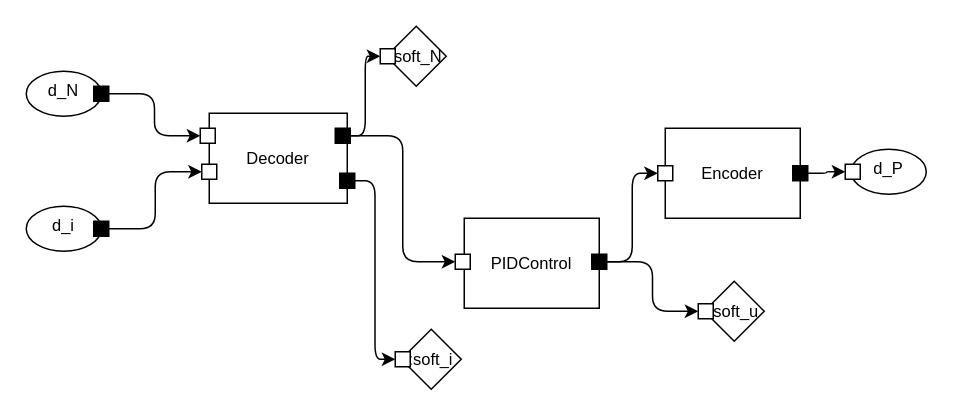
JuliaMBD/JuliaMBD.jl keeps this draw.io diagram as page "Controller2" (15 of 15) of examples/mbd2.drawio. Above is the earlier version. Source tidied: cells renumbered, new cells numbered last; positions are measured from the earlier drawing's top-left corner, leaving out a move shared by most shapes. Both pictures are drawn from the tidied source at 150%, with x=0, y=0 at pixel (26, 26).
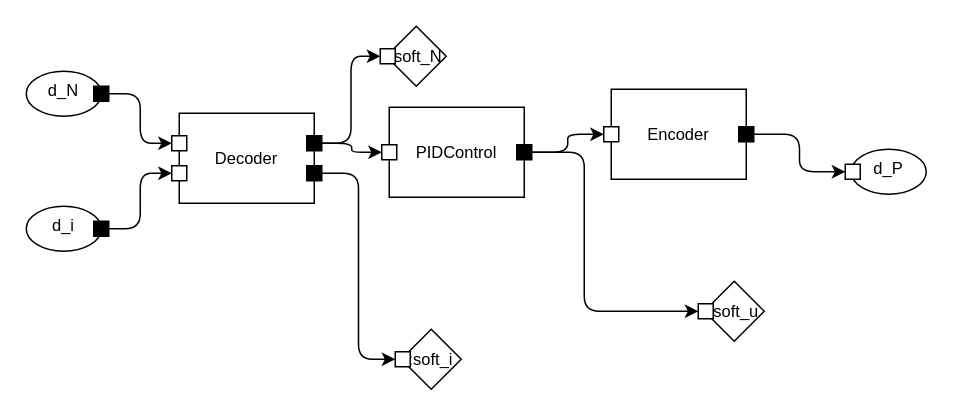
The same page after the edit.

The change refers to these unchanged cells:
```xml
<mxCell id="3" value="&lt;p style=&quot;line-height: 100%;&quot;&gt;&lt;br&gt;&lt;/p&gt;" style="whiteSpace=wrap;html=1;snapToPoint=1;points=[[1,0.5,0,0,0]];noLabel=0;overflow=visible;fillColor=#000000;" parent="2" vertex="1">
  <mxGeometry x="45" y="10" width="10" height="10" as="geometry" />
</mxCell>
<mxCell id="5" value="&lt;p style=&quot;line-height: 100%;&quot;&gt;&lt;br&gt;&lt;/p&gt;" style="whiteSpace=wrap;html=1;snapToPoint=1;points=[[1,0.5,0,0,0]];noLabel=0;overflow=visible;fillColor=#000000;" parent="4" vertex="1">
  <mxGeometry x="45" y="10" width="10" height="10" as="geometry" />
</mxCell>
<mxCell id="18" value="&lt;p style=&quot;line-height: 100%;&quot;&gt;&lt;br&gt;&lt;/p&gt;" style="whiteSpace=wrap;html=1;snapToPoint=1;points=[[0,0.5,0,0,0]];noLabel=0;overflow=visible;direction=east;" parent="17" vertex="1">
  <mxGeometry x="-4" y="10" width="10" height="10" as="geometry" />
</mxCell>
<mxCell id="25" value="&lt;p style=&quot;line-height: 100%;&quot;&gt;&lt;br&gt;&lt;/p&gt;" style="whiteSpace=wrap;html=1;snapToPoint=1;points=[[0,0.5,0,0,0]];noLabel=0;overflow=visible;direction=east;" parent="24" vertex="1">
  <mxGeometry x="-4" y="15" width="10" height="10" as="geometry" />
</mxCell>
<mxCell id="28" value="&lt;p style=&quot;line-height: 100%;&quot;&gt;&lt;br&gt;&lt;/p&gt;" style="whiteSpace=wrap;html=1;snapToPoint=1;points=[[0,0.5,0,0,0]];noLabel=0;overflow=visible;direction=east;" parent="27" vertex="1">
  <mxGeometry x="-4" y="15" width="10" height="10" as="geometry" />
</mxCell>
<mxCell id="30" value="&lt;p style=&quot;line-height: 100%;&quot;&gt;&lt;br&gt;&lt;/p&gt;" style="whiteSpace=wrap;html=1;snapToPoint=1;points=[[0,0.5,0,0,0]];noLabel=0;overflow=visible;direction=east;" parent="29" vertex="1">
  <mxGeometry x="-4" y="15" width="10" height="10" as="geometry" />
</mxCell>
```

What changed in the source:
```diff
@@
-    <object id="6" label="%block%" block="Decoder" placeholders="1">
-      <mxCell style="rounded=0;whiteSpace=wrap;html=1;fontSize=11;" parent="1" vertex="1">
-        <mxGeometry x="122" y="58" width="92" height="60" as="geometry" />
-      </mxCell>
-    </object>
-    <mxCell id="7" value="&lt;p style=&quot;line-height: 100%;&quot;&gt;&lt;br&gt;&lt;/p&gt;" style="whiteSpace=wrap;html=1;snapToPoint=1;points=[[0,0.5,0,0,0]];noLabel=0;overflow=visible;direction=east;" parent="6" vertex="1">
-      <mxGeometry x="-6" y="10" width="10" height="10" as="geometry" />
-    </mxCell>
-    <mxCell id="8" value="&lt;p style=&quot;line-height: 100%;&quot;&gt;&lt;br&gt;&lt;/p&gt;" style="whiteSpace=wrap;html=1;snapToPoint=1;points=[[0,0.5,0,0,0]];noLabel=0;overflow=visible;direction=east;" parent="6" vertex="1">
-      <mxGeometry x="-5" y="34" width="10" height="10" as="geometry" />
-    </mxCell>
-    <mxCell id="9" value="&lt;p style=&quot;line-height: 100%;&quot;&gt;&lt;br&gt;&lt;/p&gt;" style="whiteSpace=wrap;html=1;snapToPoint=1;points=[[1,0.5,0,0,0]];noLabel=0;overflow=visible;fillColor=#000000;" parent="6" vertex="1">
-      <mxGeometry x="84" y="10" width="10" height="10" as="geometry" />
-    </mxCell>
-    <mxCell id="10" value="&lt;p style=&quot;line-height: 100%;&quot;&gt;&lt;br&gt;&lt;/p&gt;" style="whiteSpace=wrap;html=1;snapToPoint=1;points=[[1,0.5,0,0,0]];noLabel=0;overflow=visible;fillColor=#000000;" parent="6" vertex="1">
-      <mxGeometry x="87" y="40" width="10" height="10" as="geometry" />
-    </mxCell>
-    <object id="11" label="%block%" block="PIDControl" placeholders="1">
-      <mxCell style="rounded=0;whiteSpace=wrap;html=1;fontSize=11;" parent="1" vertex="1">
-        <mxGeometry x="292" y="128" width="90" height="60" as="geometry" />
-      </mxCell>
-    </object>
-    <mxCell id="12" value="&lt;p style=&quot;line-height: 100%;&quot;&gt;&lt;br&gt;&lt;/p&gt;" style="whiteSpace=wrap;html=1;snapToPoint=1;points=[[0,0.5,0,0,0]];noLabel=0;overflow=visible;direction=east;" parent="11" vertex="1">
-      <mxGeometry x="-6" y="24" width="10" height="10" as="geometry" />
-    </mxCell>
-    <mxCell id="13" value="&lt;p style=&quot;line-height: 100%;&quot;&gt;&lt;br&gt;&lt;/p&gt;" style="whiteSpace=wrap;html=1;snapToPoint=1;points=[[1,0.5,0,0,0]];noLabel=0;overflow=visible;fillColor=#000000;" parent="11" vertex="1">
-      <mxGeometry x="85" y="24" width="10" height="10" as="geometry" />
-    </mxCell>
-    <object id="14" label="%block%" block="Encoder" placeholders="1">
-      <mxCell style="rounded=0;whiteSpace=wrap;html=1;fontSize=11;" parent="1" vertex="1">
-        <mxGeometry x="426" y="68" width="90" height="60" as="geometry" />
-      </mxCell>
-    </object>
-    <mxCell id="15" value="&lt;p style=&quot;line-height: 100%;&quot;&gt;&lt;br&gt;&lt;/p&gt;" style="whiteSpace=wrap;html=1;snapToPoint=1;points=[[0,0.5,0,0,0]];noLabel=0;overflow=visible;direction=east;" parent="14" vertex="1">
-      <mxGeometry x="-5" y="25" width="10" height="10" as="geometry" />
-    </mxCell>
-    <mxCell id="16" value="&lt;p style=&quot;line-height: 100%;&quot;&gt;&lt;br&gt;&lt;/p&gt;" style="whiteSpace=wrap;html=1;snapToPoint=1;points=[[1,0.5,0,0,0]];noLabel=0;overflow=visible;fillColor=#000000;" parent="14" vertex="1">
-      <mxGeometry x="85" y="25" width="10" height="10" as="geometry" />
-    </mxCell>
@@
-    <mxCell id="19" style="edgeStyle=orthogonalEdgeStyle;html=1;exitX=1;exitY=0.5;exitDx=0;exitDy=0;exitPerimeter=0;entryX=0;entryY=0.5;entryDx=0;entryDy=0;entryPerimeter=0;" parent="1" edge="1" source="16" target="18">
-      <mxGeometry relative="1" as="geometry" />
-    </mxCell>
-    <mxCell id="20" style="edgeStyle=orthogonalEdgeStyle;html=1;exitX=1;exitY=0.5;exitDx=0;exitDy=0;exitPerimeter=0;entryX=0;entryY=0.5;entryDx=0;entryDy=0;entryPerimeter=0;" parent="1" edge="1" source="13" target="15">
-      <mxGeometry relative="1" as="geometry" />
-    </mxCell>
-    <mxCell id="21" style="edgeStyle=orthogonalEdgeStyle;html=1;exitX=1;exitY=0.5;exitDx=0;exitDy=0;exitPerimeter=0;entryX=0;entryY=0.5;entryDx=0;entryDy=0;entryPerimeter=0;" parent="1" edge="1" source="9" target="12">
-      <mxGeometry relative="1" as="geometry" />
-    </mxCell>
-    <mxCell id="22" style="edgeStyle=orthogonalEdgeStyle;html=1;exitX=1;exitY=0.5;exitDx=0;exitDy=0;exitPerimeter=0;entryX=0;entryY=0.5;entryDx=0;entryDy=0;entryPerimeter=0;" parent="1" edge="1" source="5" target="8">
-      <mxGeometry relative="1" as="geometry" />
-    </mxCell>
-    <mxCell id="23" style="edgeStyle=orthogonalEdgeStyle;html=1;exitX=1;exitY=0.5;exitDx=0;exitDy=0;exitPerimeter=0;entryX=0;entryY=0.5;entryDx=0;entryDy=0;entryPerimeter=0;" parent="1" edge="1" source="3" target="7">
-      <mxGeometry relative="1" as="geometry" />
-    </mxCell>
@@
-    <mxCell id="26" style="edgeStyle=orthogonalEdgeStyle;html=1;exitX=1;exitY=0.5;exitDx=0;exitDy=0;exitPerimeter=0;entryX=0;entryY=0.5;entryDx=0;entryDy=0;entryPerimeter=0;" parent="1" edge="1" source="10" target="25">
-      <mxGeometry relative="1" as="geometry" />
-    </mxCell>
@@
-    <mxCell id="31" style="edgeStyle=orthogonalEdgeStyle;html=1;exitX=1;exitY=0.5;exitDx=0;exitDy=0;exitPerimeter=0;entryX=0;entryY=0.5;entryDx=0;entryDy=0;entryPerimeter=0;" parent="1" edge="1" source="9" target="28">
-      <mxGeometry relative="1" as="geometry" />
-    </mxCell>
-    <mxCell id="32" style="edgeStyle=orthogonalEdgeStyle;html=1;exitX=1;exitY=0.5;exitDx=0;exitDy=0;exitPerimeter=0;entryX=0;entryY=0.5;entryDx=0;entryDy=0;entryPerimeter=0;" parent="1" edge="1" source="13" target="30">
-      <mxGeometry relative="1" as="geometry" />
-    </mxCell>
+    <object id="6" label="%block%" block="Decoder" placeholders="1">
+      <mxCell style="rounded=0;whiteSpace=wrap;html=1;fontSize=11;" parent="1" vertex="1">
+        <mxGeometry x="102" y="58" width="90" height="60" as="geometry" />
+      </mxCell>
+    </object>
+    <mxCell id="33" style="whiteSpace=wrap;html=1;snapToPoint=1;points=[[0,0.5,0,0,0]];noLabel=0;overflow=visible;" parent="6" vertex="1">
+      <mxGeometry x="-5" y="15" width="10" height="10" as="geometry" />
+    </mxCell>
+    <mxCell id="34" style="whiteSpace=wrap;html=1;snapToPoint=1;points=[[0,0.5,0,0,0]];noLabel=0;overflow=visible;" parent="6" vertex="1">
+      <mxGeometry x="-5" y="35" width="10" height="10" as="geometry" />
+    </mxCell>
+    <mxCell id="35" style="whiteSpace=wrap;html=1;snapToPoint=1;points=[[1,0.5,0,0,0]];noLabel=0;overflow=visible;fillColor=#000000;" parent="6" vertex="1">
+      <mxGeometry x="85" y="15" width="10" height="10" as="geometry" />
+    </mxCell>
+    <mxCell id="36" style="whiteSpace=wrap;html=1;snapToPoint=1;points=[[1,0.5,0,0,0]];noLabel=0;overflow=visible;fillColor=#000000;" parent="6" vertex="1">
+      <mxGeometry x="85" y="35" width="10" height="10" as="geometry" />
+    </mxCell>
+    <object id="14" label="%block%" block="Encoder" placeholders="1">
+      <mxCell style="rounded=0;whiteSpace=wrap;html=1;fontSize=11;" parent="1" vertex="1">
+        <mxGeometry x="390" y="42" width="90" height="60" as="geometry" />
+      </mxCell>
+    </object>
+    <mxCell id="37" style="whiteSpace=wrap;html=1;snapToPoint=1;points=[[0,0.5,0,0,0]];noLabel=0;overflow=visible;" parent="14" vertex="1">
+      <mxGeometry x="-5" y="25" width="10" height="10" as="geometry" />
+    </mxCell>
+    <mxCell id="38" style="whiteSpace=wrap;html=1;snapToPoint=1;points=[[1,0.5,0,0,0]];noLabel=0;overflow=visible;fillColor=#000000;" parent="14" vertex="1">
+      <mxGeometry x="85" y="25" width="10" height="10" as="geometry" />
+    </mxCell>
+    <mxCell id="39" style="edgeStyle=orthogonalEdgeStyle;html=1;exitX=1;exitY=0.5;exitDx=0;exitDy=0;exitPerimeter=0;entryX=0;entryY=0.5;entryDx=0;entryDy=0;entryPerimeter=0;" parent="1" edge="1" source="3" target="33">
+      <mxGeometry relative="1" as="geometry" />
+    </mxCell>
+    <mxCell id="40" style="edgeStyle=orthogonalEdgeStyle;html=1;exitX=1;exitY=0.5;exitDx=0;exitDy=0;exitPerimeter=0;entryX=0;entryY=0.5;entryDx=0;entryDy=0;entryPerimeter=0;" parent="1" edge="1" source="5" target="34">
+      <mxGeometry relative="1" as="geometry" />
+    </mxCell>
+    <mxCell id="41" style="edgeStyle=orthogonalEdgeStyle;html=1;exitX=1;exitY=0.5;exitDx=0;exitDy=0;exitPerimeter=0;entryX=0;entryY=0.5;entryDx=0;entryDy=0;entryPerimeter=0;" parent="1" edge="1" source="38" target="18">
+      <mxGeometry relative="1" as="geometry" />
+    </mxCell>
+    <mxCell id="42" style="edgeStyle=orthogonalEdgeStyle;html=1;exitX=1;exitY=0.5;exitDx=0;exitDy=0;exitPerimeter=0;entryX=0;entryY=0.5;entryDx=0;entryDy=0;entryPerimeter=0;" parent="1" edge="1" source="35" target="28">
+      <mxGeometry relative="1" as="geometry" />
+    </mxCell>
+    <mxCell id="43" style="edgeStyle=orthogonalEdgeStyle;html=1;exitX=1;exitY=0.5;exitDx=0;exitDy=0;exitPerimeter=0;entryX=0;entryY=0.5;entryDx=0;entryDy=0;entryPerimeter=0;" parent="1" edge="1" source="36" target="25">
+      <mxGeometry relative="1" as="geometry" />
+    </mxCell>
+    <object id="11" label="%block%" block="PIDControl" placeholders="1">
+      <mxCell style="rounded=0;whiteSpace=wrap;html=1;fontSize=11;" parent="1" vertex="1">
+        <mxGeometry x="242" y="54" width="90" height="60" as="geometry" />
+      </mxCell>
+    </object>
+    <mxCell id="44" style="whiteSpace=wrap;html=1;snapToPoint=1;points=[[0,0.5,0,0,0]];noLabel=0;overflow=visible;" parent="11" vertex="1">
+      <mxGeometry x="-5" y="25" width="10" height="10" as="geometry" />
+    </mxCell>
+    <mxCell id="45" style="whiteSpace=wrap;html=1;snapToPoint=1;points=[[1,0.5,0,0,0]];noLabel=0;overflow=visible;fillColor=#000000;" parent="11" vertex="1">
+      <mxGeometry x="85" y="25" width="10" height="10" as="geometry" />
+    </mxCell>
+    <mxCell id="46" style="edgeStyle=orthogonalEdgeStyle;html=1;exitX=1;exitY=0.5;exitDx=0;exitDy=0;exitPerimeter=0;entryX=0;entryY=0.5;entryDx=0;entryDy=0;entryPerimeter=0;" parent="1" edge="1" source="35" target="44">
+      <mxGeometry relative="1" as="geometry" />
+    </mxCell>
+    <mxCell id="47" style="edgeStyle=orthogonalEdgeStyle;html=1;exitX=1;exitY=0.5;exitDx=0;exitDy=0;exitPerimeter=0;entryX=0;entryY=0.5;entryDx=0;entryDy=0;entryPerimeter=0;" parent="1" edge="1" source="45" target="37">
+      <mxGeometry relative="1" as="geometry" />
+    </mxCell>
+    <mxCell id="48" style="edgeStyle=orthogonalEdgeStyle;html=1;exitX=1;exitY=0.5;exitDx=0;exitDy=0;exitPerimeter=0;entryX=0;entryY=0.5;entryDx=0;entryDy=0;entryPerimeter=0;" parent="1" edge="1" source="45" target="30">
+      <mxGeometry relative="1" as="geometry">
+        <Array as="points">
+          <mxPoint x="372" y="84" />
+          <mxPoint x="372" y="190" />
+        </Array>
+      </mxGeometry>
+    </mxCell>
```
